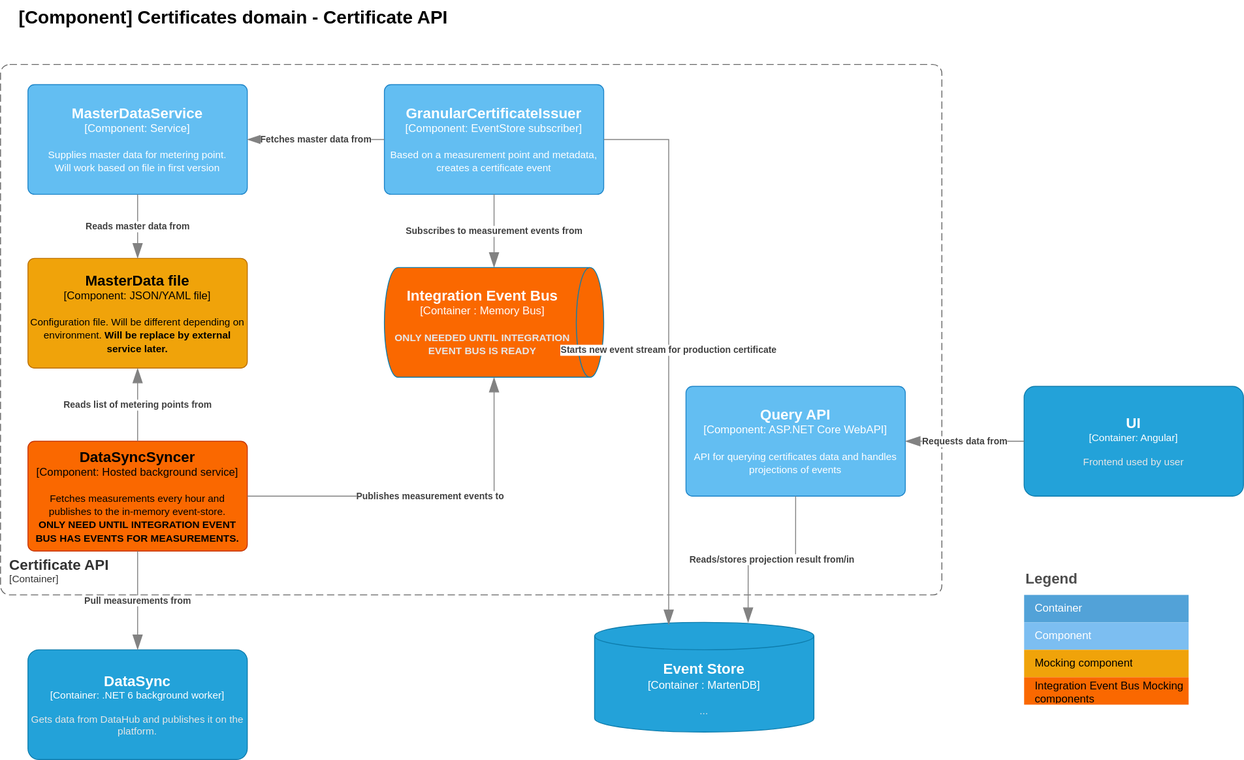
Before: doc/architecture/diagrams/certificates.current.component.certificate.api.drawio.svg, a diagram exported from draw.io (Energinet-DataHub/energy-origin). Source tidied: cells renumbered, new cells last; positions are measured from the earlier drawing's top-left corner, leaving out a move shared by most shapes.
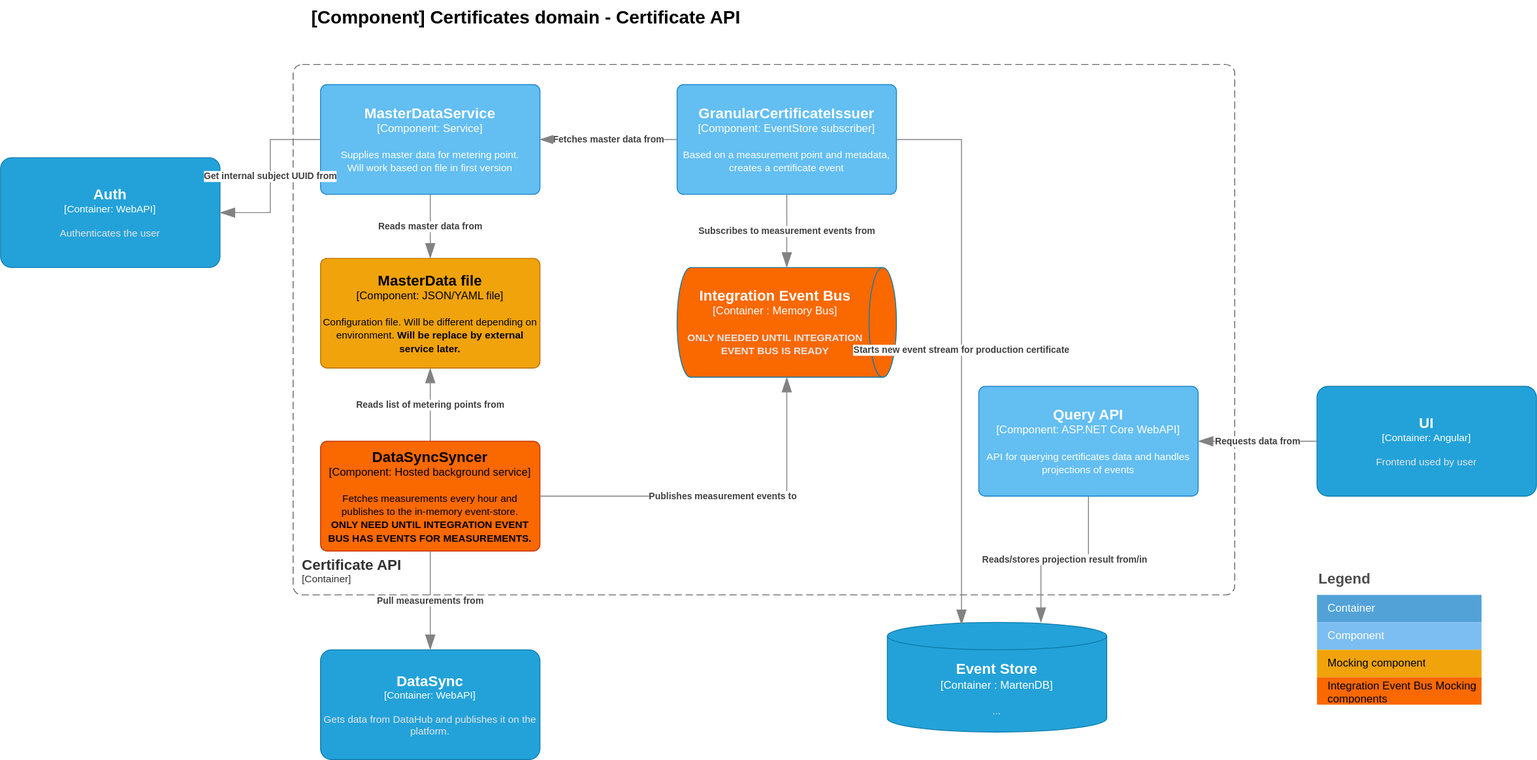
After the change.

Commit message:
update certs: add auth service

Diff of the diagram source:
```diff
@@ -22,6 +22,11 @@
         <mxGeometry x="650" y="680" width="240" height="120" as="geometry" />
       </mxCell>
     </object>
+    <mxCell id="28" style="edgeStyle=none;html=1;" parent="1" edge="1" source="6">
+      <mxGeometry relative="1" as="geometry">
+        <mxPoint x="30" y="152" as="targetPoint" />
+      </mxGeometry>
+    </mxCell>
     <object id="6" label="&lt;font style=&quot;font-size: 16px&quot;&gt;&lt;b&gt;%c4Name%&lt;/b&gt;&lt;/font&gt;&lt;div&gt;[%c4Type%: %c4Technology%]&lt;/div&gt;&lt;br&gt;&lt;div&gt;&lt;font style=&quot;font-size: 11px&quot;&gt;%c4Description%&lt;/font&gt;&lt;/div&gt;" c4Description="Supplies master data for metering point.&#10;Will work based on file in first version" c4Name="MasterDataService" c4Technology="Service" c4Type="Component" placeholders="1">
       <mxCell style="rounded=1;whiteSpace=wrap;html=1;labelBackgroundColor=none;fillColor=#63BEF2;align=center;arcSize=6;strokeColor=#2086C9;points=[[0.25,0,0],[0.5,0,0],[0.75,0,0],[1,0.25,0],[1,0.5,0],[1,0.75,0],[0.75,1,0],[0.5,1,0],[0.25,1,0],[0,0.75,0],[0,0.5,0],[0,0.25,0]];fontColor=#ffffff;" parent="1" vertex="1">
         <mxGeometry x="30" y="92" width="240" height="120" as="geometry" />
@@ -66,7 +71,7 @@
         <mxGeometry width="510" height="40" as="geometry" />
       </mxCell>
     </object>
-    <object id="14" label="&lt;font style=&quot;font-size: 16px&quot;&gt;&lt;b&gt;%c4Name%&lt;/b&gt;&lt;/font&gt;&lt;div&gt;[%c4Type%: %c4Technology%]&lt;/div&gt;&lt;br&gt;&lt;div&gt;&lt;font style=&quot;font-size: 11px&quot;&gt;&lt;font color=&quot;#E6E6E6&quot;&gt;%c4Description%&lt;/font&gt;&lt;/div&gt;" c4Description="Gets data from DataHub and publishes it on the platform." c4Name="DataSync" c4Technology=".NET 6 background worker" c4Type="Container" placeholders="1">
+    <object id="14" label="&lt;font style=&quot;font-size: 16px&quot;&gt;&lt;b&gt;%c4Name%&lt;/b&gt;&lt;/font&gt;&lt;div&gt;[%c4Type%: %c4Technology%]&lt;/div&gt;&lt;br&gt;&lt;div&gt;&lt;font style=&quot;font-size: 11px&quot;&gt;&lt;font color=&quot;#E6E6E6&quot;&gt;%c4Description%&lt;/font&gt;&lt;/div&gt;" c4Description="Gets data from DataHub and publishes it on the platform." c4Name="DataSync" c4Technology="WebAPI" c4Type="Container" placeholders="1">
       <mxCell style="rounded=1;whiteSpace=wrap;html=1;fontSize=11;labelBackgroundColor=none;fillColor=#23A2D9;fontColor=#ffffff;align=center;arcSize=10;strokeColor=#0E7DAD;points=[[0.25,0,0],[0.5,0,0],[0.75,0,0],[1,0.25,0],[1,0.5,0],[1,0.75,0],[0.75,1,0],[0.5,1,0],[0.25,1,0],[0,0.75,0],[0,0.5,0],[0,0.25,0]];" parent="1" vertex="1">
         <mxGeometry x="30" y="710" width="240" height="120" as="geometry" />
       </mxCell>
@@ -124,5 +129,15 @@
         <mxGeometry relative="1" as="geometry" />
       </mxCell>
     </object>
+    <object id="29" label="&lt;font style=&quot;font-size: 16px&quot;&gt;&lt;b&gt;%c4Name%&lt;/b&gt;&lt;/font&gt;&lt;div&gt;[%c4Type%: %c4Technology%]&lt;/div&gt;&lt;br&gt;&lt;div&gt;&lt;font style=&quot;font-size: 11px&quot;&gt;&lt;font color=&quot;#E6E6E6&quot;&gt;%c4Description%&lt;/font&gt;&lt;/div&gt;" c4Description="Authenticates the user" c4Name="Auth" c4Technology="WebAPI" c4Type="Container" placeholders="1">
+      <mxCell style="rounded=1;whiteSpace=wrap;html=1;fontSize=11;labelBackgroundColor=none;fillColor=#23A2D9;fontColor=#ffffff;align=center;arcSize=10;strokeColor=#0E7DAD;points=[[0.25,0,0],[0.5,0,0],[0.75,0,0],[1,0.25,0],[1,0.5,0],[1,0.75,0],[0.75,1,0],[0.5,1,0],[0.25,1,0],[0,0.75,0],[0,0.5,0],[0,0.25,0]];" parent="1" vertex="1">
+        <mxGeometry x="-320" y="172" width="240" height="120" as="geometry" />
+      </mxCell>
+    </object>
+    <object id="30" label="&lt;div style=&quot;text-align: left&quot;&gt;&lt;div style=&quot;text-align: center&quot;&gt;&lt;b&gt;%c4Description%&lt;/b&gt;&lt;/div&gt;" c4Description="Get internal subject UUID from" c4Type="Relationship" placeholders="1">
+      <mxCell style="endArrow=blockThin;html=1;fontSize=10;fontColor=#404040;strokeWidth=1;endFill=1;strokeColor=#828282;elbow=vertical;endSize=14;startSize=14;jumpStyle=arc;jumpSize=16;rounded=0;edgeStyle=orthogonalEdgeStyle;entryX=1;entryY=0.5;entryDx=0;entryDy=0;entryPerimeter=0;exitX=0;exitY=0.5;exitDx=0;exitDy=0;exitPerimeter=0;" parent="1" edge="1" source="6" target="29">
+        <mxGeometry relative="1" as="geometry" />
+      </mxCell>
+    </object>
   </root>
 </mxGraphModel>
```
